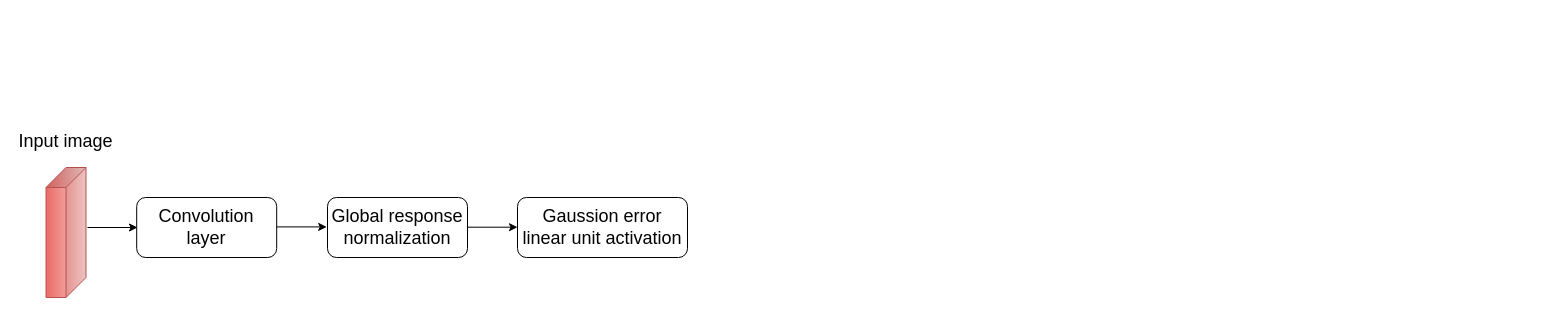
Before: early_convolution.drawio in semihhdemirel/semihhdemirel, a draw.io diagram. Source tidied: cells renumbered, new cells numbered last; positions are measured from the earlier drawing's top-left corner, leaving out a move shared by most shapes. Both pictures are drawn from the tidied source at 100%, with x=0, y=0 at pixel (17, 125).
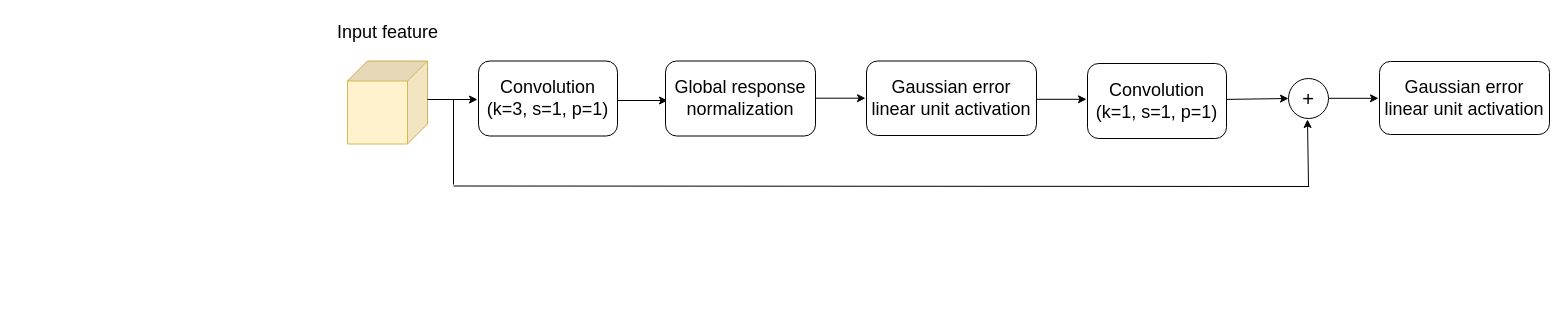
Above is the later version.

The edit, as a diff of the source:
```diff
@@
-    <mxCell id="2" style="shape=cube;whiteSpace=wrap;html=1;boundedLbl=1;backgroundOutline=1;darkOpacity=0.05;darkOpacity2=0.1;direction=south;fillColor=#f8cecc;strokeColor=#b85450;gradientColor=#ea6b66;fontSize=18;" parent="1" vertex="1">
-      <mxGeometry x="28.5" y="42" width="40" height="130" as="geometry" />
-    </mxCell>
-    <mxCell id="3" value="Input image" style="text;html=1;align=center;verticalAlign=middle;whiteSpace=wrap;rounded=0;fontSize=18;" parent="1" vertex="1">
-      <mxGeometry y="0.5" width="97" height="30" as="geometry" />
+    <mxCell id="3" value="Input feature" style="text;html=1;align=center;verticalAlign=middle;whiteSpace=wrap;rounded=0;fontSize=18;" parent="1" vertex="1">
+      <mxGeometry x="310.8" y="-108" width="118.5" height="30" as="geometry" />
     </mxCell>
-    <mxCell id="4" style="endArrow=classic;html=1;rounded=0;fontSize=18;" parent="1" edge="1">
-      <mxGeometry relative="1" as="geometry">
-        <mxPoint x="70" y="102" as="sourcePoint" />
-        <mxPoint x="120" y="102" as="targetPoint" />
-      </mxGeometry>
-    </mxCell>
-    <mxCell id="5" style="endArrow=classic;html=1;rounded=0;fontSize=18;" parent="1" edge="1">
-      <mxGeometry relative="1" as="geometry">
-        <mxPoint x="259.2" y="101.4" as="sourcePoint" />
-        <mxPoint x="309.2" y="101.4" as="targetPoint" />
-      </mxGeometry>
-    </mxCell>
+    <mxCell id="10" style="shape=cube;whiteSpace=wrap;html=1;boundedLbl=1;backgroundOutline=1;darkOpacity=0.05;darkOpacity2=0.1;direction=south;fillColor=#fff2cc;strokeColor=#d6b656;" parent="1" vertex="1">
+      <mxGeometry x="330" y="-64.5" width="80" height="83" as="geometry" />
+    </mxCell>
+    <mxCell id="11" style="endArrow=classic;html=1;rounded=0;" parent="1" edge="1">
+      <mxGeometry relative="1" as="geometry">
+        <mxPoint x="410" y="-26" as="sourcePoint" />
+        <mxPoint x="460" y="-26" as="targetPoint" />
+      </mxGeometry>
+    </mxCell>
+    <mxCell id="12" value="&lt;span style=&quot;font-size: 18px;&quot;&gt;Convolution&lt;/span&gt;&lt;div style=&quot;font-size: 18px;&quot;&gt;(k=3, s=1, p=1)&lt;/div&gt;" style="rounded=1;whiteSpace=wrap;html=1;" parent="1" vertex="1">
+      <mxGeometry x="461" y="-64.5" width="139" height="75" as="geometry" />
+    </mxCell>
+    <mxCell id="13" style="endArrow=classic;html=1;rounded=0;" parent="1" edge="1">
+      <mxGeometry relative="1" as="geometry">
+        <mxPoint x="600" y="-25" as="sourcePoint" />
+        <mxPoint x="650" y="-25" as="targetPoint" />
+      </mxGeometry>
+    </mxCell>
-    <mxCell id="6" value="&lt;font style=&quot;font-size: 18px;&quot;&gt;Global response normalization&lt;/font&gt;" style="rounded=1;whiteSpace=wrap;html=1;" parent="1" vertex="1">
-      <mxGeometry x="310" y="72" width="140" height="60" as="geometry" />
+    <mxCell id="6" value="&lt;span style=&quot;font-size: 18px;&quot;&gt;Global response normalization&lt;/span&gt;" style="rounded=1;whiteSpace=wrap;html=1;" parent="1" vertex="1">
+      <mxGeometry x="648" y="-64.5" width="150" height="75" as="geometry" />
     </mxCell>
-    <mxCell id="7" value="&lt;font style=&quot;font-size: 18px;&quot;&gt;Convolution layer&lt;/font&gt;" style="rounded=1;whiteSpace=wrap;html=1;" parent="1" vertex="1">
-      <mxGeometry x="119.2" y="72" width="140" height="60" as="geometry" />
-    </mxCell>
-    <mxCell id="8" style="endArrow=classic;html=1;rounded=0;fontSize=18;" parent="1" edge="1">
-      <mxGeometry relative="1" as="geometry">
-        <mxPoint x="450" y="101.7" as="sourcePoint" />
-        <mxPoint x="500" y="101.7" as="targetPoint" />
-      </mxGeometry>
-    </mxCell>
-    <mxCell id="9" value="&lt;font style=&quot;font-size: 18px;&quot;&gt;Gaussion error linear unit activation&lt;/font&gt;" style="rounded=1;whiteSpace=wrap;html=1;" parent="1" vertex="1">
-      <mxGeometry x="500" y="72" width="170" height="60" as="geometry" />
-    </mxCell>
+    <mxCell id="14" style="endArrow=classic;html=1;rounded=0;fontSize=18;" parent="1" edge="1">
+      <mxGeometry relative="1" as="geometry">
+        <mxPoint x="798" y="-27.3" as="sourcePoint" />
+        <mxPoint x="848" y="-27.3" as="targetPoint" />
+      </mxGeometry>
+    </mxCell>
+    <mxCell id="15" value="&lt;span style=&quot;font-size: 18px;&quot;&gt;Gaussian error linear unit activation&lt;/span&gt;" style="rounded=1;whiteSpace=wrap;html=1;" parent="1" vertex="1">
+      <mxGeometry x="849" y="-64.5" width="170" height="74.5" as="geometry" />
+    </mxCell>
+    <mxCell id="16" value="&lt;span style=&quot;font-size: 18px;&quot;&gt;Convolution&lt;/span&gt;&lt;div style=&quot;font-size: 18px;&quot;&gt;(k=1, s=1, p=1)&lt;/div&gt;" style="rounded=1;whiteSpace=wrap;html=1;" parent="1" vertex="1">
+      <mxGeometry x="1070" y="-62" width="139" height="75" as="geometry" />
+    </mxCell>
+    <mxCell id="17" style="endArrow=classic;html=1;rounded=0;fontSize=18;" parent="1" edge="1">
+      <mxGeometry relative="1" as="geometry">
+        <mxPoint x="1019" y="-26.2" as="sourcePoint" />
+        <mxPoint x="1069" y="-26.2" as="targetPoint" />
+      </mxGeometry>
+    </mxCell>
+    <mxCell id="18" style="endArrow=classic;html=1;rounded=0;fontSize=18;entryX=0;entryY=0.5;entryDx=0;entryDy=0;" parent="1" edge="1" target="22">
+      <mxGeometry relative="1" as="geometry">
+        <mxPoint x="1209" y="-26.1" as="sourcePoint" />
+      </mxGeometry>
+    </mxCell>
+    <mxCell id="19" style="endArrow=none;html=1;rounded=0;" parent="1" edge="1">
+      <mxGeometry relative="1" as="geometry">
+        <mxPoint x="436" y="59" as="sourcePoint" />
+        <mxPoint x="436" y="-26" as="targetPoint" />
+      </mxGeometry>
+    </mxCell>
+    <mxCell id="20" style="endArrow=none;html=1;rounded=0;" parent="1" edge="1">
+      <mxGeometry relative="1" as="geometry">
+        <mxPoint x="436" y="60.5" as="sourcePoint" />
+        <mxPoint x="1291.7" y="61" as="targetPoint" />
+      </mxGeometry>
+    </mxCell>
+    <mxCell id="21" style="endArrow=classic;html=1;rounded=0;" parent="1" edge="1">
+      <mxGeometry relative="1" as="geometry">
+        <mxPoint x="1291" y="60.5" as="sourcePoint" />
+        <mxPoint x="1290" y="-6" as="targetPoint" />
+      </mxGeometry>
+    </mxCell>
+    <mxCell id="22" value="&lt;font style=&quot;font-size: 20px;&quot;&gt;+&lt;/font&gt;" style="ellipse;whiteSpace=wrap;html=1;" parent="1" vertex="1">
+      <mxGeometry x="1271" y="-47" width="40" height="40" as="geometry" />
+    </mxCell>
+    <mxCell id="23" style="endArrow=classic;html=1;rounded=0;fontSize=18;" parent="1" edge="1">
+      <mxGeometry relative="1" as="geometry">
+        <mxPoint x="1311" y="-27.2" as="sourcePoint" />
+        <mxPoint x="1361" y="-27.2" as="targetPoint" />
+      </mxGeometry>
+    </mxCell>
+    <mxCell id="24" value="&lt;span style=&quot;font-size: 18px;&quot;&gt;Gaussian error linear unit activation&lt;/span&gt;" style="rounded=1;whiteSpace=wrap;html=1;" parent="1" vertex="1">
+      <mxGeometry x="1362" y="-64" width="170" height="73" as="geometry" />
+    </mxCell>
```
